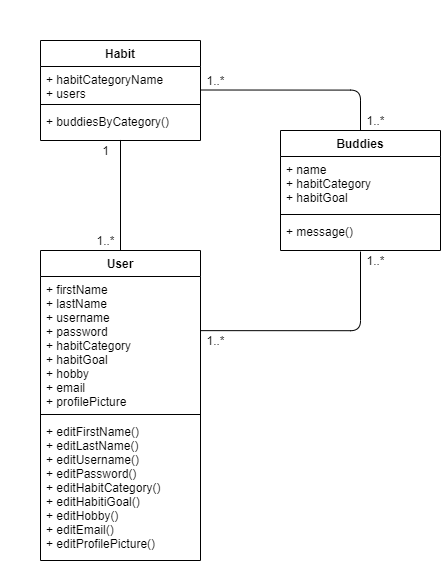
Before: domainModel.png, a diagram exported from draw.io (calvin-cs262-fall2020-teamH/habitbuddy-project). Source tidied: cells renumbered, new cells last; positions are measured from the earlier drawing's top-left corner, leaving out a move shared by most shapes.
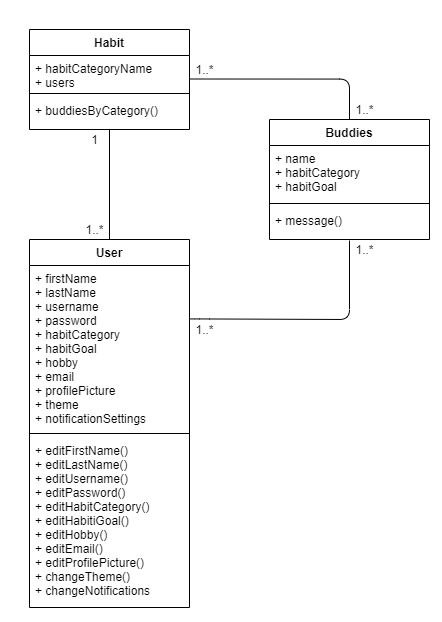
Above is the later version.

Commit message:
Updated domain model

What changed in the source:
```diff
@@ -15,16 +15,16 @@
       <mxGeometry y="68" width="160" height="32" as="geometry" />
     </mxCell>
     <mxCell id="6" value="User" style="swimlane;fontStyle=1;align=center;verticalAlign=top;horizontal=1;startSize=26;" parent="1" vertex="1">
-      <mxGeometry y="210" width="160" height="310" as="geometry" />
+      <mxGeometry y="210" width="160" height="368" as="geometry" />
     </mxCell>
-    <mxCell id="7" value="+ firstName&#10;+ lastName&#10;+ username&#10;+ password&#10;+ habitCategory&#10;+ habitGoal&#10;+ hobby&#10;+ email&#10;+ profilePicture" style="text;strokeColor=none;fillColor=none;align=left;verticalAlign=top;spacingLeft=4;spacingRight=4;overflow=hidden;points=[[0,0.5],[1,0.5]];portConstraint=eastwest;" parent="6" vertex="1">
-      <mxGeometry y="26" width="160" height="134" as="geometry" />
+    <mxCell id="7" value="+ firstName&#10;+ lastName&#10;+ username&#10;+ password&#10;+ habitCategory&#10;+ habitGoal&#10;+ hobby&#10;+ email&#10;+ profilePicture&#10;+ theme&#10;+ notificationSettings" style="text;strokeColor=none;fillColor=none;align=left;verticalAlign=top;spacingLeft=4;spacingRight=4;overflow=hidden;points=[[0,0.5],[1,0.5]];portConstraint=eastwest;" parent="6" vertex="1">
+      <mxGeometry y="26" width="160" height="164" as="geometry" />
     </mxCell>
     <mxCell id="8" style="line;strokeWidth=1;fillColor=none;align=left;verticalAlign=middle;spacingTop=-1;spacingLeft=3;spacingRight=3;labelPosition=right;" parent="6" vertex="1">
-      <mxGeometry y="160" width="160" height="8" as="geometry" />
+      <mxGeometry y="190" width="160" height="8" as="geometry" />
     </mxCell>
-    <mxCell id="9" value="+ editFirstName()&#10;+ editLastName()&#10;+ editUsername()&#10;+ editPassword()&#10;+ editHabitCategory()&#10;+ editHabitiGoal()&#10;+ editHobby()&#10;+ editEmail()&#10;+ editProfilePicture()" style="text;strokeColor=none;fillColor=none;align=left;verticalAlign=top;spacingLeft=4;spacingRight=4;overflow=hidden;" parent="6" vertex="1">
-      <mxGeometry y="168" width="160" height="142" as="geometry" />
+    <mxCell id="9" value="+ editFirstName()&#10;+ editLastName()&#10;+ editUsername()&#10;+ editPassword()&#10;+ editHabitCategory()&#10;+ editHabitiGoal()&#10;+ editHobby()&#10;+ editEmail()&#10;+ editProfilePicture()&#10;+ changeTheme()&#10;+ changeNotifications" style="text;strokeColor=none;fillColor=none;align=left;verticalAlign=top;spacingLeft=4;spacingRight=4;overflow=hidden;" parent="6" vertex="1">
+      <mxGeometry y="198" width="160" height="170" as="geometry" />
     </mxCell>
     <mxCell id="10" style="endArrow=none;html=1;edgeStyle=orthogonalEdgeStyle;entryX=0.5;entryY=0;entryDx=0;entryDy=0;exitX=0.5;exitY=0.983;exitDx=0;exitDy=0;exitPerimeter=0;" parent="1" edge="1" source="5" target="6">
       <mxGeometry relative="1" as="geometry" />
@@ -46,9 +46,10 @@
         <mxPoint x="160" y="49.5" as="sourcePoint" />
       </mxGeometry>
     </mxCell>
-    <mxCell id="16" style="endArrow=none;html=1;edgeStyle=orthogonalEdgeStyle;entryX=0.5;entryY=1.033;entryDx=0;entryDy=0;entryPerimeter=0;exitX=1.002;exitY=0.404;exitDx=0;exitDy=0;exitPerimeter=0;" parent="1" edge="1" source="7" target="14">
+    <mxCell id="16" style="endArrow=none;html=1;edgeStyle=orthogonalEdgeStyle;entryX=0.5;entryY=1.033;entryDx=0;entryDy=0;entryPerimeter=0;exitX=0.021;exitY=-0.028;exitDx=0;exitDy=0;exitPerimeter=0;" parent="1" edge="1" source="22" target="14">
       <mxGeometry relative="1" as="geometry">
         <Array as="points">
+          <mxPoint x="170" y="289" />
           <mxPoint x="320" y="290" />
         </Array>
       </mxGeometry>
```
